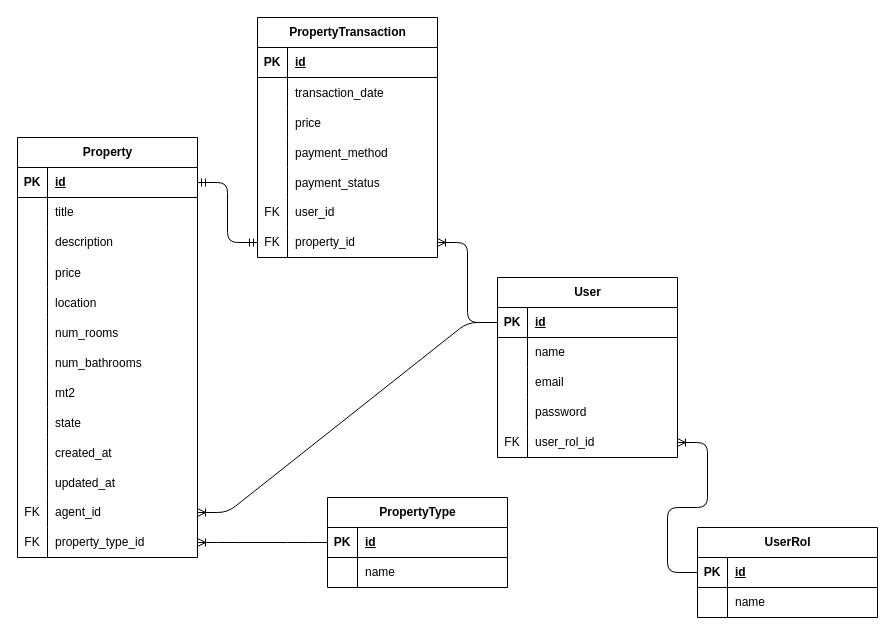
The draw.io diagram docs/db_model.drawio in cesarom18/real-estate, before the edit. Source tidied: cells renumbered, new cells numbered last; positions are measured from the earlier drawing's top-left corner, leaving out a move shared by most shapes. Both pictures are drawn from the tidied source at 100%, with x=0, y=0 at pixel (-113, 17).
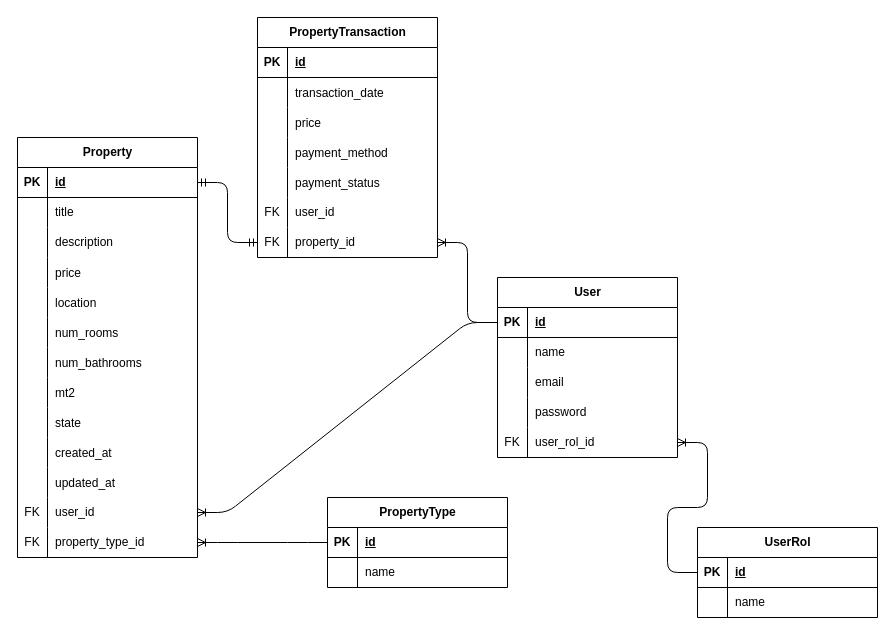
The same page after the edit.

Unchanged cells that the change refers to:
```xml
<mxCell id="36" style="shape=tableRow;horizontal=0;startSize=0;swimlaneHead=0;swimlaneBody=0;fillColor=none;points=[[0,0.5],[1,0.5]];portConstraint=eastwest;top=0;left=0;right=0;bottom=0;" parent="2" vertex="1">
  <mxGeometry y="360" width="180" height="30" as="geometry" />
</mxCell>
```

Diff of the diagram source:
```diff
@@
-    <mxCell id="38" value="agent_id" style="shape=partialRectangle;fillColor=none;top=0;left=0;bottom=0;right=0;align=left;spacingLeft=6;fontStyle=0;overflow=hidden;whiteSpace=wrap;html=1;" parent="36" vertex="1">
+    <mxCell id="38" value="user_id" style="shape=partialRectangle;fillColor=none;top=0;left=0;bottom=0;right=0;align=left;spacingLeft=6;fontStyle=0;overflow=hidden;whiteSpace=wrap;html=1;" parent="36" vertex="1">
       <mxGeometry x="30" width="150" height="30" as="geometry" />
     </mxCell>
```
